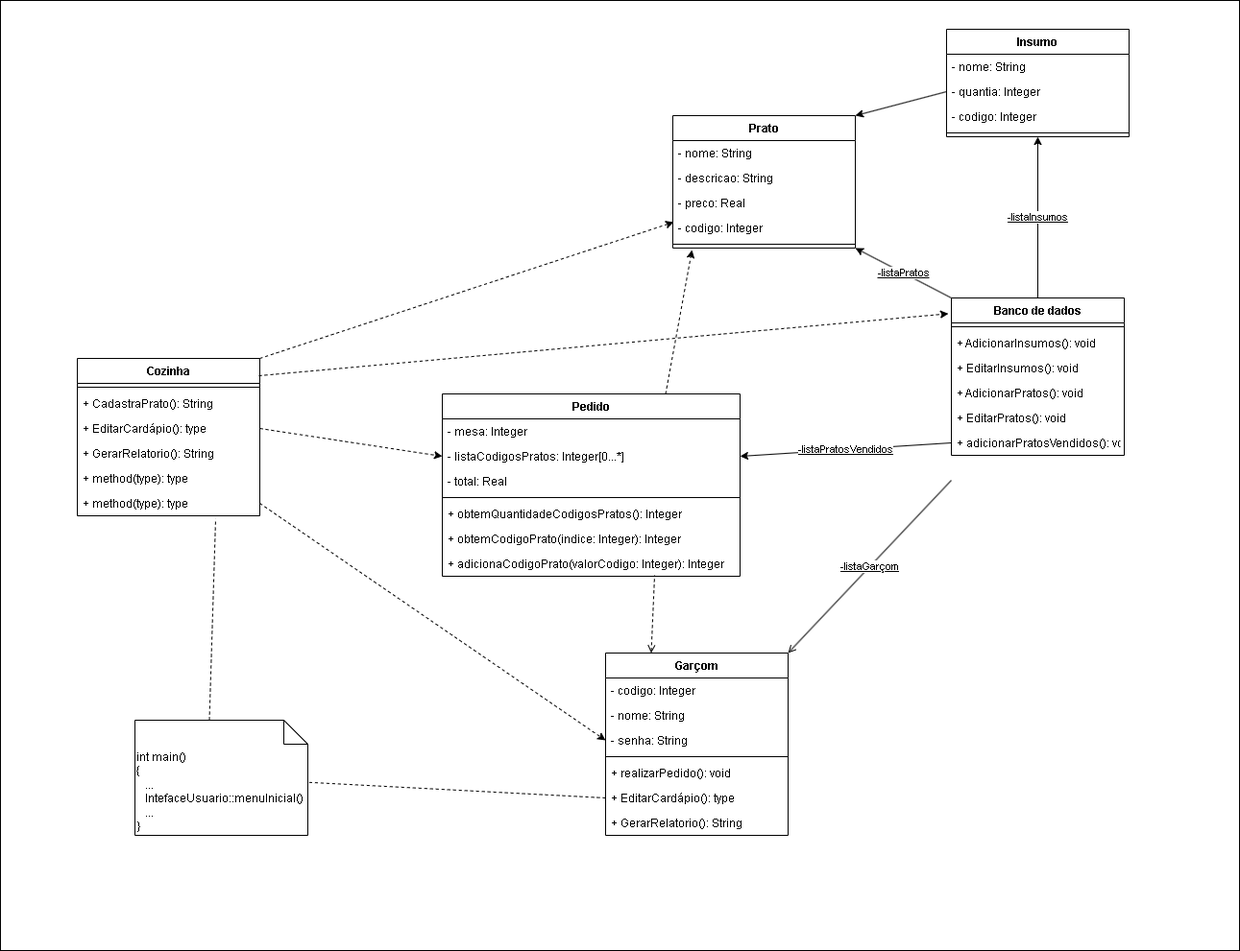
This is documentos/diagramas/Diagrama_de_Classe.drawio.png from DougzCD/JCRESW1, a draw.io export, as it was before one commit. Source tidied: cells renumbered, new cells last; positions are measured from the earlier drawing's top-left corner, leaving out a move shared by most shapes.
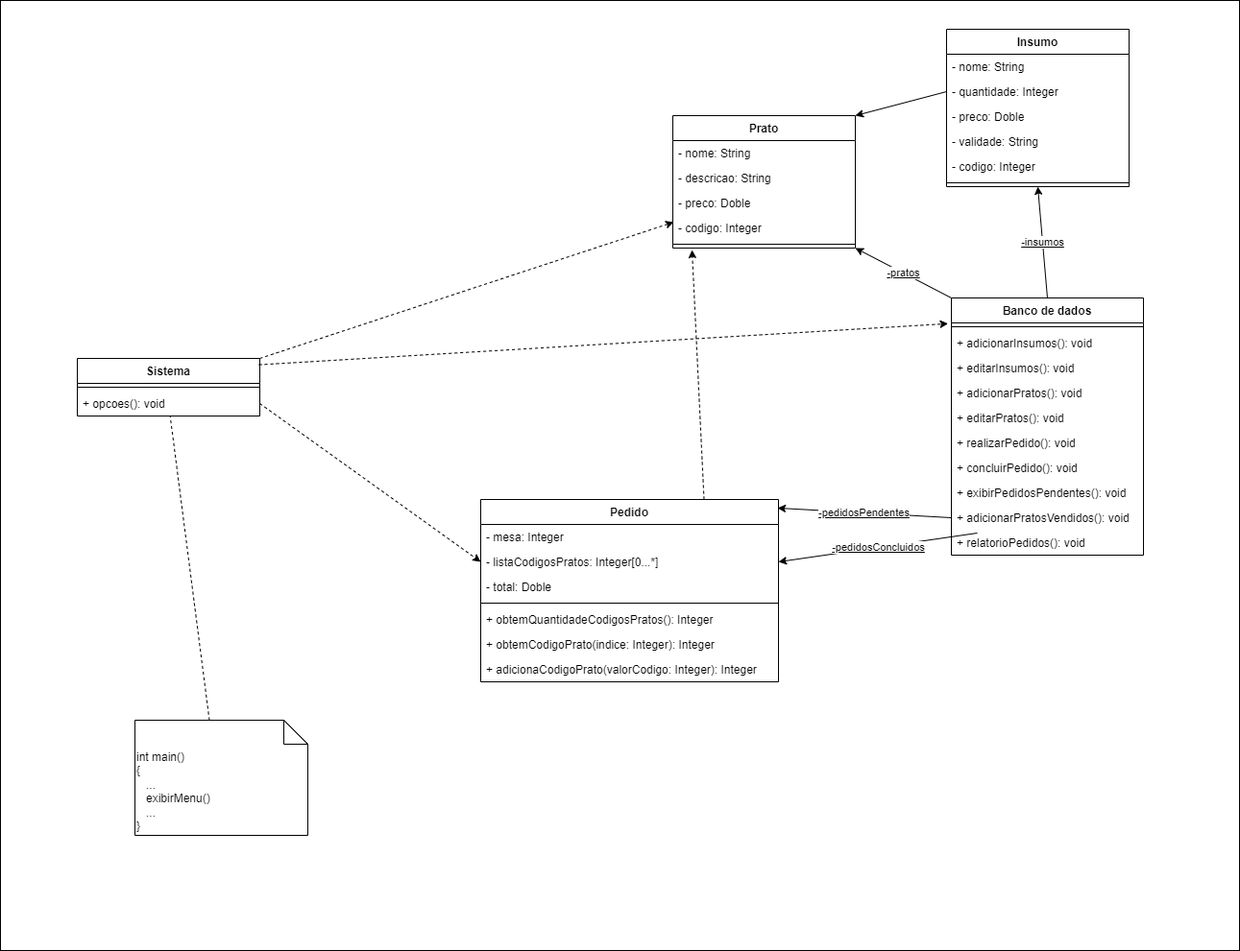
Above is the later version.

Diff of the diagram source:
```diff
@@ -7,6 +7,6 @@
     </mxCell>
-    <mxCell id="3" value="&lt;u&gt;-listaInsumos&lt;/u&gt;" style="edgeStyle=orthogonalEdgeStyle;rounded=0;jettySize=auto;html=1;exitX=0.5;exitY=0;exitDx=0;exitDy=0;entryX=0.5;entryY=1;entryDx=0;entryDy=0;" parent="1" edge="1" source="5" target="36">
+    <mxCell id="3" value="&lt;u&gt;-insumos&lt;/u&gt;" style="rounded=0;jettySize=auto;html=1;exitX=0.5;exitY=0;exitDx=0;exitDy=0;entryX=0.5;entryY=1;entryDx=0;entryDy=0;" parent="1" edge="1" source="5" target="36">
       <mxGeometry relative="1" as="geometry" />
     </mxCell>
-    <mxCell id="4" value="&lt;u&gt;-listaPratos&lt;/u&gt;" style="rounded=0;jettySize=auto;html=1;exitX=0;exitY=0;exitDx=0;exitDy=0;entryX=1;entryY=1;entryDx=0;entryDy=0;" parent="1" edge="1" source="5" target="41">
+    <mxCell id="4" value="&lt;u&gt;-pratos&lt;/u&gt;" style="rounded=0;jettySize=auto;html=1;exitX=0;exitY=0;exitDx=0;exitDy=0;entryX=1;entryY=1;entryDx=0;entryDy=0;" parent="1" edge="1" source="5" target="41">
       <mxGeometry relative="1" as="geometry" />
@@ -14,24 +14,36 @@
     <mxCell id="5" value="Banco de dados" style="swimlane;fontStyle=1;align=center;verticalAlign=top;horizontal=1;startSize=26;" parent="1" vertex="1">
-      <mxGeometry x="990" y="310" width="180" height="164" as="geometry" />
+      <mxGeometry x="990" y="310" width="200" height="268" as="geometry" />
     </mxCell>
     <mxCell id="6" style="line;strokeWidth=1;fillColor=none;align=left;verticalAlign=middle;spacingTop=-1;spacingLeft=3;spacingRight=3;labelPosition=right;strokeColor=inherit;" parent="5" vertex="1">
-      <mxGeometry y="26" width="180" height="8" as="geometry" />
+      <mxGeometry y="26" width="200" height="8" as="geometry" />
     </mxCell>
-    <mxCell id="7" value="+ AdicionarInsumos(): void" style="text;strokeColor=none;fillColor=none;align=left;verticalAlign=top;spacingLeft=4;spacingRight=4;overflow=hidden;" parent="5" vertex="1">
-      <mxGeometry y="34" width="180" height="26" as="geometry" />
+    <mxCell id="7" value="+ adicionarInsumos(): void" style="text;strokeColor=none;fillColor=none;align=left;verticalAlign=top;spacingLeft=4;spacingRight=4;overflow=hidden;" parent="5" vertex="1">
+      <mxGeometry y="34" width="200" height="26" as="geometry" />
     </mxCell>
-    <mxCell id="8" value="+ EditarInsumos(): void" style="text;strokeColor=none;fillColor=none;align=left;verticalAlign=top;spacingLeft=4;spacingRight=4;overflow=hidden;" parent="5" vertex="1">
-      <mxGeometry y="60" width="180" height="26" as="geometry" />
+    <mxCell id="8" value="+ editarInsumos(): void" style="text;strokeColor=none;fillColor=none;align=left;verticalAlign=top;spacingLeft=4;spacingRight=4;overflow=hidden;" parent="5" vertex="1">
+      <mxGeometry y="60" width="200" height="26" as="geometry" />
     </mxCell>
-    <mxCell id="9" value="+ AdicionarPratos(): void" style="text;strokeColor=none;fillColor=none;align=left;verticalAlign=top;spacingLeft=4;spacingRight=4;overflow=hidden;" parent="5" vertex="1">
-      <mxGeometry y="86" width="180" height="26" as="geometry" />
+    <mxCell id="9" value="+ adicionarPratos(): void" style="text;strokeColor=none;fillColor=none;align=left;verticalAlign=top;spacingLeft=4;spacingRight=4;overflow=hidden;" parent="5" vertex="1">
+      <mxGeometry y="86" width="200" height="26" as="geometry" />
     </mxCell>
-    <mxCell id="10" value="+ EditarPratos(): void" style="text;strokeColor=none;fillColor=none;align=left;verticalAlign=top;spacingLeft=4;spacingRight=4;overflow=hidden;" parent="5" vertex="1">
-      <mxGeometry y="112" width="180" height="26" as="geometry" />
+    <mxCell id="10" value="+ editarPratos(): void" style="text;strokeColor=none;fillColor=none;align=left;verticalAlign=top;spacingLeft=4;spacingRight=4;overflow=hidden;" parent="5" vertex="1">
+      <mxGeometry y="112" width="200" height="26" as="geometry" />
     </mxCell>
+    <mxCell id="24" value="+ realizarPedido(): void" style="text;strokeColor=none;fillColor=none;align=left;verticalAlign=top;spacingLeft=4;spacingRight=4;overflow=hidden;whiteSpace=wrap;html=1;" parent="5" vertex="1">
+      <mxGeometry y="138" width="200" height="26" as="geometry" />
+    </mxCell>
+    <mxCell id="58" value="+ concluirPedido(): void" style="text;strokeColor=none;fillColor=none;align=left;verticalAlign=top;spacingLeft=4;spacingRight=4;overflow=hidden;whiteSpace=wrap;html=1;" parent="5" vertex="1">
+      <mxGeometry y="164" width="200" height="26" as="geometry" />
+    </mxCell>
+    <mxCell id="59" value="+ exibirPedidosPendentes(): void" style="text;strokeColor=none;fillColor=none;align=left;verticalAlign=top;spacingLeft=4;spacingRight=4;overflow=hidden;whiteSpace=wrap;html=1;" parent="5" vertex="1">
+      <mxGeometry y="190" width="200" height="26" as="geometry" />
+    </mxCell>
     <mxCell id="11" value="+ adicionarPratosVendidos(): void" style="text;strokeColor=none;fillColor=none;align=left;verticalAlign=top;spacingLeft=4;spacingRight=4;overflow=hidden;points=[[0,0.5],[1,0.5]];portConstraint=eastwest;" parent="5" vertex="1">
-      <mxGeometry y="138" width="180" height="26" as="geometry" />
+      <mxGeometry y="216" width="200" height="26" as="geometry" />
     </mxCell>
+    <mxCell id="18" value="+ relatorioPedidos(): void" style="text;strokeColor=none;fillColor=none;align=left;verticalAlign=top;spacingLeft=4;spacingRight=4;overflow=hidden;points=[[0,0.5],[1,0.5]];portConstraint=eastwest;whiteSpace=wrap;html=1;" parent="5" vertex="1">
+      <mxGeometry y="242" width="200" height="26" as="geometry" />
+    </mxCell>
-    <mxCell id="12" value="Cozinha" style="swimlane;fontStyle=1;align=center;verticalAlign=top;horizontal=1;startSize=26;whiteSpace=wrap;html=1;" parent="1" vertex="1">
-      <mxGeometry x="80" y="373" width="190" height="164" as="geometry" />
+    <mxCell id="12" value="Sistema" style="swimlane;fontStyle=1;align=center;verticalAlign=top;horizontal=1;startSize=26;whiteSpace=wrap;html=1;" parent="1" vertex="1">
+      <mxGeometry x="80" y="373" width="190" height="60" as="geometry" />
     </mxCell>
@@ -40,41 +52,5 @@
     </mxCell>
-    <mxCell id="14" value="+ CadastraPrato(): String" style="text;strokeColor=none;fillColor=none;align=left;verticalAlign=top;spacingLeft=4;spacingRight=4;overflow=hidden;whiteSpace=wrap;html=1;" parent="12" vertex="1">
-      <mxGeometry y="34" width="190" height="26" as="geometry" />
-    </mxCell>
-    <mxCell id="15" value="+ EditarCardápio(): type" style="text;strokeColor=none;fillColor=none;align=left;verticalAlign=top;spacingLeft=4;spacingRight=4;overflow=hidden;points=[[0,0.5],[1,0.5]];portConstraint=eastwest;whiteSpace=wrap;html=1;" parent="12" vertex="1">
-      <mxGeometry y="60" width="190" height="26" as="geometry" />
-    </mxCell>
-    <mxCell id="16" value="+ GerarRelatorio(): String" style="text;strokeColor=none;fillColor=none;align=left;verticalAlign=top;spacingLeft=4;spacingRight=4;overflow=hidden;whiteSpace=wrap;html=1;" parent="12" vertex="1">
-      <mxGeometry y="86" width="190" height="26" as="geometry" />
-    </mxCell>
-    <mxCell id="17" value="+ method(type): type" style="text;strokeColor=none;fillColor=none;align=left;verticalAlign=top;spacingLeft=4;spacingRight=4;overflow=hidden;points=[[0,0.5],[1,0.5]];portConstraint=eastwest;whiteSpace=wrap;html=1;" parent="12" vertex="1">
-      <mxGeometry y="112" width="190" height="26" as="geometry" />
+    <mxCell id="17" value="+ opcoes(): void" style="text;strokeColor=none;fillColor=none;align=left;verticalAlign=top;spacingLeft=4;spacingRight=4;overflow=hidden;points=[[0,0.5],[1,0.5]];portConstraint=eastwest;whiteSpace=wrap;html=1;" parent="12" vertex="1">
+      <mxGeometry y="34" width="190" height="26" as="geometry" />
     </mxCell>
-    <mxCell id="18" value="+ method(type): type" style="text;strokeColor=none;fillColor=none;align=left;verticalAlign=top;spacingLeft=4;spacingRight=4;overflow=hidden;points=[[0,0.5],[1,0.5]];portConstraint=eastwest;whiteSpace=wrap;html=1;" parent="12" vertex="1">
-      <mxGeometry y="138" width="190" height="26" as="geometry" />
-    </mxCell>
-    <mxCell id="19" value="Garçom" style="swimlane;fontStyle=1;align=center;verticalAlign=top;horizontal=1;startSize=26;whiteSpace=wrap;html=1;" parent="1" vertex="1">
-      <mxGeometry x="630" y="680" width="190" height="190" as="geometry" />
-    </mxCell>
-    <mxCell id="20" value="- codigo: Integer" style="text;strokeColor=none;fillColor=none;align=left;verticalAlign=top;spacingLeft=4;spacingRight=4;overflow=hidden;whiteSpace=wrap;html=1;" parent="19" vertex="1">
-      <mxGeometry y="26" width="190" height="26" as="geometry" />
-    </mxCell>
-    <mxCell id="21" value="- nome: String" style="text;strokeColor=none;fillColor=none;align=left;verticalAlign=top;spacingLeft=4;spacingRight=4;overflow=hidden;whiteSpace=wrap;html=1;" parent="19" vertex="1">
-      <mxGeometry y="52" width="190" height="26" as="geometry" />
-    </mxCell>
-    <mxCell id="22" value="- senha: String" style="text;strokeColor=none;fillColor=none;align=left;verticalAlign=top;spacingLeft=4;spacingRight=4;overflow=hidden;points=[[0,0.5],[1,0.5]];portConstraint=eastwest;whiteSpace=wrap;html=1;" parent="19" vertex="1">
-      <mxGeometry y="78" width="190" height="26" as="geometry" />
-    </mxCell>
-    <mxCell id="23" style="line;strokeWidth=1;fillColor=none;align=left;verticalAlign=middle;spacingTop=-1;spacingLeft=3;spacingRight=3;labelPosition=right;strokeColor=inherit;" parent="19" vertex="1">
-      <mxGeometry y="104" width="190" height="8" as="geometry" />
-    </mxCell>
-    <mxCell id="24" value="+ realizarPedido(): void" style="text;strokeColor=none;fillColor=none;align=left;verticalAlign=top;spacingLeft=4;spacingRight=4;overflow=hidden;whiteSpace=wrap;html=1;" parent="19" vertex="1">
-      <mxGeometry y="112" width="190" height="26" as="geometry" />
-    </mxCell>
-    <mxCell id="25" value="+ EditarCardápio(): type" style="text;strokeColor=none;fillColor=none;align=left;verticalAlign=top;spacingLeft=4;spacingRight=4;overflow=hidden;points=[[0,0.5],[1,0.5]];portConstraint=eastwest;whiteSpace=wrap;html=1;" parent="19" vertex="1">
-      <mxGeometry y="138" width="190" height="26" as="geometry" />
-    </mxCell>
-    <mxCell id="26" value="+ GerarRelatorio(): String" style="text;strokeColor=none;fillColor=none;align=left;verticalAlign=top;spacingLeft=4;spacingRight=4;overflow=hidden;whiteSpace=wrap;html=1;" parent="19" vertex="1">
-      <mxGeometry y="164" width="190" height="26" as="geometry" />
-    </mxCell>
     <mxCell id="27" style="rounded=0;jettySize=auto;html=1;exitX=0.75;exitY=0;exitDx=0;exitDy=0;dashed=1;" parent="1" edge="1" source="28">
@@ -85,3 +61,3 @@
     <mxCell id="28" value="Pedido" style="swimlane;fontStyle=1;align=center;verticalAlign=top;horizontal=1;startSize=26;whiteSpace=wrap;html=1;" parent="1" vertex="1">
-      <mxGeometry x="460" y="410" width="310" height="190" as="geometry" />
+      <mxGeometry x="500" y="520" width="310" height="190" as="geometry" />
     </mxCell>
@@ -93,3 +69,3 @@
     </mxCell>
-    <mxCell id="31" value="- total: Real" style="text;strokeColor=none;fillColor=none;align=left;verticalAlign=top;spacingLeft=4;spacingRight=4;overflow=hidden;whiteSpace=wrap;html=1;" parent="28" vertex="1">
+    <mxCell id="31" value="- total: Doble" style="text;strokeColor=none;fillColor=none;align=left;verticalAlign=top;spacingLeft=4;spacingRight=4;overflow=hidden;whiteSpace=wrap;html=1;" parent="28" vertex="1">
       <mxGeometry y="78" width="310" height="26" as="geometry" />
@@ -109,3 +85,3 @@
     <mxCell id="36" value="Insumo" style="swimlane;fontStyle=1;align=center;verticalAlign=top;horizontal=1;startSize=26;whiteSpace=wrap;html=1;" parent="1" vertex="1">
-      <mxGeometry x="985" y="30" width="190" height="112" as="geometry" />
+      <mxGeometry x="985" y="30" width="190" height="164" as="geometry" />
     </mxCell>
@@ -114,10 +90,16 @@
     </mxCell>
-    <mxCell id="38" value="- quantia: Integer" style="text;strokeColor=none;fillColor=none;align=left;verticalAlign=top;spacingLeft=4;spacingRight=4;overflow=hidden;points=[[0,0.5],[1,0.5]];portConstraint=eastwest;whiteSpace=wrap;html=1;" parent="36" vertex="1">
+    <mxCell id="38" value="- quantidade: Integer" style="text;strokeColor=none;fillColor=none;align=left;verticalAlign=top;spacingLeft=4;spacingRight=4;overflow=hidden;points=[[0,0.5],[1,0.5]];portConstraint=eastwest;whiteSpace=wrap;html=1;" parent="36" vertex="1">
       <mxGeometry y="52" width="190" height="26" as="geometry" />
     </mxCell>
+    <mxCell id="60" value="- preco: Doble" style="text;strokeColor=none;fillColor=none;align=left;verticalAlign=top;spacingLeft=4;spacingRight=4;overflow=hidden;whiteSpace=wrap;html=1;" parent="36" vertex="1">
+      <mxGeometry y="78" width="190" height="26" as="geometry" />
+    </mxCell>
+    <mxCell id="61" value="- validade: String" style="text;strokeColor=none;fillColor=none;align=left;verticalAlign=top;spacingLeft=4;spacingRight=4;overflow=hidden;whiteSpace=wrap;html=1;" parent="36" vertex="1">
+      <mxGeometry y="104" width="190" height="26" as="geometry" />
+    </mxCell>
     <mxCell id="39" value="- codigo: Integer" style="text;strokeColor=none;fillColor=none;align=left;verticalAlign=top;spacingLeft=4;spacingRight=4;overflow=hidden;whiteSpace=wrap;html=1;" parent="36" vertex="1">
-      <mxGeometry y="78" width="190" height="26" as="geometry" />
+      <mxGeometry y="130" width="190" height="26" as="geometry" />
     </mxCell>
     <mxCell id="40" style="line;strokeWidth=1;fillColor=none;align=left;verticalAlign=middle;spacingTop=-1;spacingLeft=3;spacingRight=3;labelPosition=right;strokeColor=inherit;" parent="36" vertex="1">
-      <mxGeometry y="104" width="190" height="8" as="geometry" />
+      <mxGeometry y="156" width="190" height="8" as="geometry" />
     </mxCell>
@@ -132,3 +114,3 @@
     </mxCell>
-    <mxCell id="44" value="- preco: Real" style="text;strokeColor=none;fillColor=none;align=left;verticalAlign=top;spacingLeft=4;spacingRight=4;overflow=hidden;whiteSpace=wrap;html=1;" parent="41" vertex="1">
+    <mxCell id="44" value="- preco: Doble" style="text;strokeColor=none;fillColor=none;align=left;verticalAlign=top;spacingLeft=4;spacingRight=4;overflow=hidden;whiteSpace=wrap;html=1;" parent="41" vertex="1">
       <mxGeometry y="78" width="190" height="26" as="geometry" />
@@ -141,13 +123,5 @@
     </mxCell>
-    <mxCell id="47" value="&lt;u&gt;-listaPratosVendidos&lt;/u&gt;" style="rounded=0;jettySize=auto;html=1;exitX=0;exitY=0.5;exitDx=0;exitDy=0;entryX=1;entryY=0.5;entryDx=0;entryDy=0;" parent="1" edge="1" source="11" target="30">
+    <mxCell id="47" value="&lt;u&gt;-pedidosPendentes&lt;/u&gt;" style="rounded=0;jettySize=auto;html=1;exitX=0;exitY=0.5;exitDx=0;exitDy=0;entryX=0.997;entryY=0.047;entryDx=0;entryDy=0;entryPerimeter=0;" parent="1" edge="1" source="11" target="28">
       <mxGeometry relative="1" as="geometry" />
     </mxCell>
-    <mxCell id="48" value="&lt;u&gt;-listaGarçom&lt;/u&gt;" style="rounded=0;jettySize=auto;html=1;exitX=1;exitY=0;exitDx=0;exitDy=0;entryX=0;entryY=1;entryDx=0;entryDy=0;entryPerimeter=0;startArrow=open;startFill=0;endArrow=none;endFill=0;" parent="1" edge="1" source="19">
-      <mxGeometry relative="1" as="geometry">
-        <mxPoint x="990" y="500" as="targetPoint" />
-      </mxGeometry>
-    </mxCell>
-    <mxCell id="49" style="rounded=0;jettySize=auto;html=1;exitX=0.25;exitY=0;exitDx=0;exitDy=0;entryX=0.713;entryY=0.962;entryDx=0;entryDy=0;entryPerimeter=0;dashed=1;endArrow=none;endFill=0;startArrow=open;startFill=0;" parent="1" edge="1" source="19" target="35">
-      <mxGeometry relative="1" as="geometry" />
-    </mxCell>
     <mxCell id="50" style="rounded=0;jettySize=auto;html=1;exitX=0.995;exitY=0.11;exitDx=0;exitDy=0;entryX=-0.017;entryY=0.1;entryDx=0;entryDy=0;entryPerimeter=0;dashed=1;exitPerimeter=0;" parent="1" edge="1" source="12" target="5">
@@ -158,7 +132,6 @@
     </mxCell>
-    <mxCell id="52" style="rounded=0;jettySize=auto;html=1;exitX=1;exitY=0.5;exitDx=0;exitDy=0;entryX=0;entryY=0.5;entryDx=0;entryDy=0;dashed=1;" parent="1" edge="1" source="18" target="22">
-      <mxGeometry relative="1" as="geometry" />
-    </mxCell>
-    <mxCell id="53" style="rounded=0;jettySize=auto;html=1;exitX=1;exitY=0.5;exitDx=0;exitDy=0;entryX=0;entryY=0.5;entryDx=0;entryDy=0;dashed=1;" parent="1" edge="1" source="15" target="30">
-      <mxGeometry relative="1" as="geometry" />
+    <mxCell id="53" style="rounded=0;jettySize=auto;html=1;exitX=1;exitY=0.5;exitDx=0;exitDy=0;entryX=0;entryY=0.5;entryDx=0;entryDy=0;dashed=1;" parent="1" edge="1" target="30">
+      <mxGeometry relative="1" as="geometry">
+        <mxPoint x="270" y="420" as="sourcePoint" />
+      </mxGeometry>
     </mxCell>
@@ -167,11 +140,11 @@
     </mxCell>
-    <mxCell id="55" value="int main()&lt;div&gt;{&lt;/div&gt;&lt;div&gt;&amp;nbsp; &amp;nbsp;...&lt;/div&gt;&lt;div&gt;&amp;nbsp; &amp;nbsp;IntefaceUsuario::menuInicial()&lt;/div&gt;&lt;div&gt;&amp;nbsp; &amp;nbsp;...&lt;/div&gt;&lt;div&gt;}&lt;/div&gt;" style="shape=note2;boundedLbl=1;whiteSpace=wrap;html=1;size=25;verticalAlign=top;align=left;" parent="1" vertex="1">
+    <mxCell id="55" value="int main()&lt;div&gt;{&lt;/div&gt;&lt;div&gt;&amp;nbsp; &amp;nbsp;...&lt;/div&gt;&lt;div&gt;&amp;nbsp; &amp;nbsp;exibirMenu()&lt;/div&gt;&lt;div&gt;&amp;nbsp; &amp;nbsp;...&lt;/div&gt;&lt;div&gt;}&lt;/div&gt;" style="shape=note2;boundedLbl=1;whiteSpace=wrap;html=1;size=25;verticalAlign=top;align=left;" parent="1" vertex="1">
       <mxGeometry x="140" y="750" width="180" height="120" as="geometry" />
     </mxCell>
-    <mxCell id="56" style="rounded=0;jettySize=auto;html=1;exitX=0;exitY=0.5;exitDx=0;exitDy=0;dashed=1;endArrow=none;endFill=0;" parent="1" edge="1" source="25" target="55">
-      <mxGeometry relative="1" as="geometry" />
-    </mxCell>
-    <mxCell id="57" style="rounded=0;jettySize=auto;html=1;exitX=0;exitY=0;exitDx=77.5;exitDy=0;exitPerimeter=0;entryX=0.758;entryY=1.115;entryDx=0;entryDy=0;entryPerimeter=0;endArrow=none;endFill=0;dashed=1;" parent="1" edge="1" source="55" target="18">
+    <mxCell id="57" style="rounded=0;jettySize=auto;html=1;exitX=0;exitY=0;exitDx=77.5;exitDy=0;exitPerimeter=0;endArrow=none;endFill=0;dashed=1;" parent="1" edge="1" source="55" target="17">
       <mxGeometry relative="1" as="geometry" />
     </mxCell>
+    <mxCell id="62" value="&lt;u&gt;-pedidosConcluidos&lt;/u&gt;" style="edgeStyle=none;html=1;exitX=1;exitY=0.5;exitDx=0;exitDy=0;entryX=0.135;entryY=1.115;entryDx=0;entryDy=0;entryPerimeter=0;endArrow=none;endFill=0;startArrow=classic;startFill=1;" parent="1" edge="1" source="30" target="11">
+      <mxGeometry relative="1" as="geometry" />
+    </mxCell>
   </root>
```
